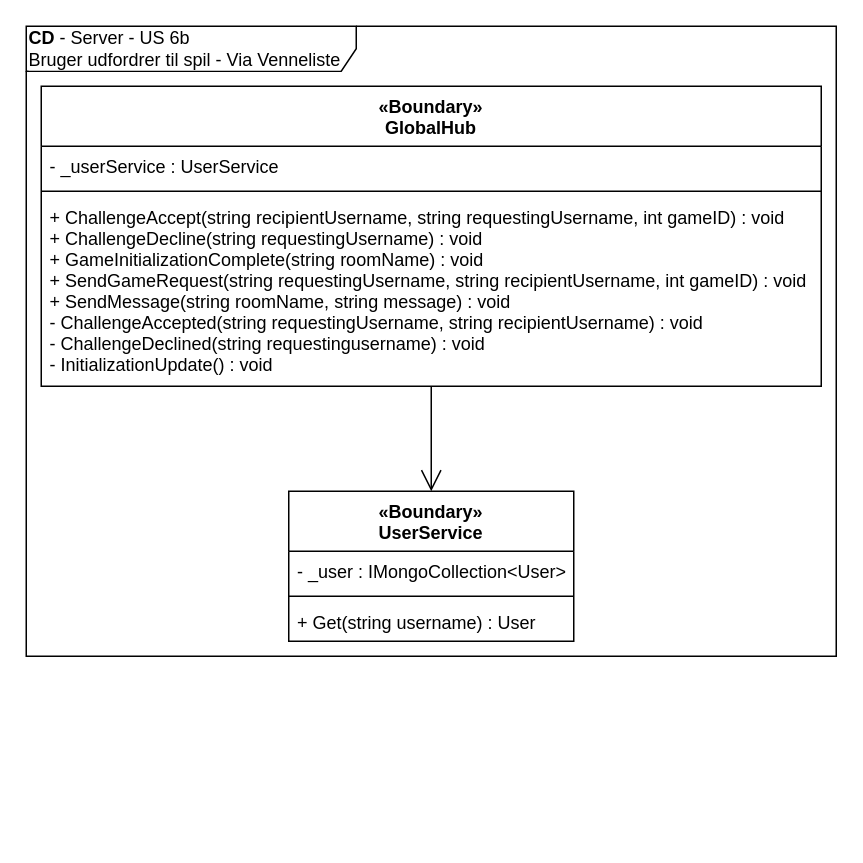
This is page "CD-Server" (3 of 3) of diagrams/arkitektur/US6a_challenge-chat.drawio from Macradon/I7BAC-PlugNPlay, a draw.io file, before an edit. Source tidied: cells renumbered, new cells numbered last; positions are measured from the earlier drawing's top-left corner, leaving out a move shared by most shapes. Both pictures are drawn from the tidied source at 150%, with x=0, y=0 at pixel (26, 26).
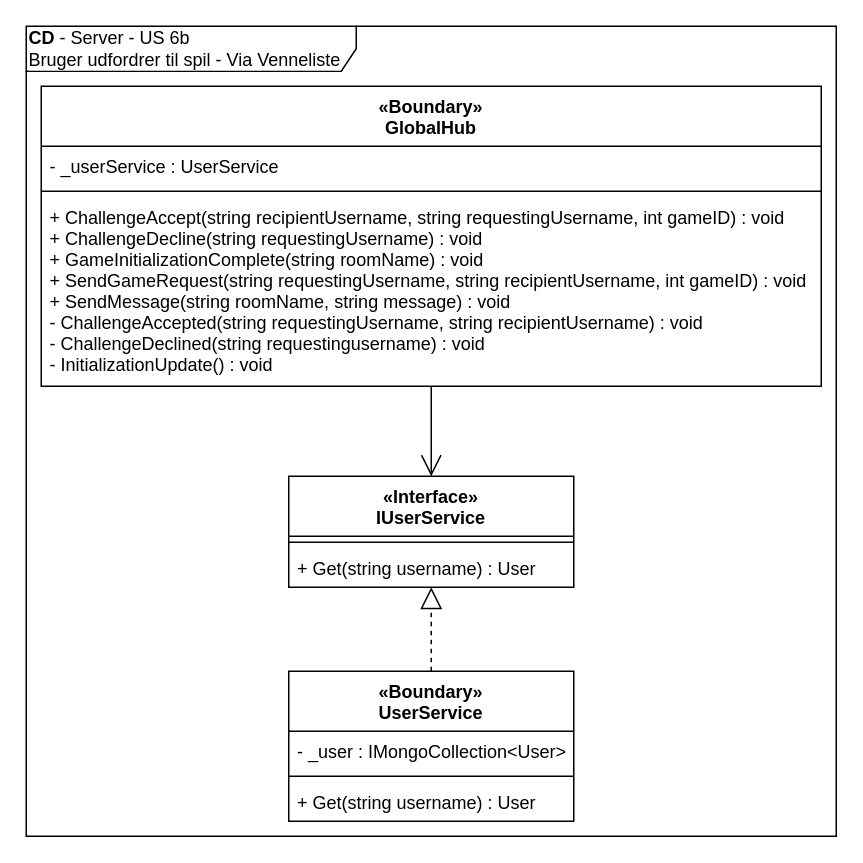
After the change.

What changed in the source:
```diff
@@
 <mxGraphModel>
   <root>
     <mxCell id="0" />
     <mxCell id="1" parent="0" />
     <mxCell id="2" value="&lt;b&gt;CD&lt;/b&gt;&amp;nbsp;- Server&amp;nbsp;- US 6b&lt;br&gt;Bruger udfordrer til spil - Via Venneliste" style="shape=umlFrame;whiteSpace=wrap;html=1;labelBackgroundColor=#ffffff;align=left;width=220;height=30;" parent="1" vertex="1">
-      <mxGeometry width="540" height="420" as="geometry" />
+      <mxGeometry width="540" height="540" as="geometry" />
     </mxCell>
-    <mxCell id="3" style="edgeStyle=orthogonalEdgeStyle;rounded=0;jettySize=auto;html=1;endArrow=open;endFill=0;endSize=12;" parent="1" edge="1" source="4" target="8">
+    <mxCell id="3" style="edgeStyle=orthogonalEdgeStyle;rounded=0;jettySize=auto;html=1;endArrow=open;endFill=0;endSize=12;" parent="1" edge="1" source="4" target="13">
       <mxGeometry relative="1" as="geometry" />
     </mxCell>
     <mxCell id="4" value="«Boundary»&#10;GlobalHub" style="swimlane;fontStyle=1;align=center;verticalAlign=top;horizontal=1;startSize=40;" parent="1" vertex="1">
       <mxGeometry x="10" y="40" width="520" height="200" as="geometry" />
     </mxCell>
     <mxCell id="5" value="- _userService : UserService" style="text;strokeColor=none;fillColor=none;align=left;verticalAlign=top;spacingLeft=4;spacingRight=4;overflow=hidden;" parent="4" vertex="1">
       <mxGeometry y="40" width="520" height="26" as="geometry" />
     </mxCell>
     <mxCell id="6" style="line;strokeWidth=1;fillColor=none;align=left;verticalAlign=middle;spacingTop=-1;spacingLeft=3;spacingRight=3;labelPosition=right;" parent="4" vertex="1">
       <mxGeometry y="66" width="520" height="8" as="geometry" />
     </mxCell>
     <mxCell id="7" value="+ ChallengeAccept(string recipientUsername, string requestingUsername, int gameID) : void&#10;+ ChallengeDecline(string requestingUsername) : void&#10;+ GameInitializationComplete(string roomName) : void&#10;+ SendGameRequest(string requestingUsername, string recipientUsername, int gameID) : void&#10;+ SendMessage(string roomName, string message) : void&#10;- ChallengeAccepted(string requestingUsername, string recipientUsername) : void&#10;- ChallengeDeclined(string requestingusername) : void&#10;- InitializationUpdate() : void" style="text;strokeColor=none;fillColor=none;align=left;verticalAlign=top;spacingLeft=4;spacingRight=4;overflow=hidden;" parent="4" vertex="1">
       <mxGeometry y="74" width="520" height="126" as="geometry" />
     </mxCell>
+    <mxCell id="12" style="edgeStyle=orthogonalEdgeStyle;rounded=0;jettySize=auto;html=1;endArrow=block;endFill=0;endSize=12;dashed=1;" parent="1" edge="1" source="8" target="13">
+      <mxGeometry relative="1" as="geometry" />
+    </mxCell>
     <mxCell id="8" value="«Boundary»&#10;UserService" style="swimlane;fontStyle=1;align=center;verticalAlign=top;horizontal=1;startSize=40;" parent="1" vertex="1">
-      <mxGeometry x="175" y="310" width="190" height="100" as="geometry" />
+      <mxGeometry x="175" y="430" width="190" height="100" as="geometry" />
     </mxCell>
     <mxCell id="9" value="- _user : IMongoCollection&lt;User&gt;" style="text;strokeColor=none;fillColor=none;align=left;verticalAlign=top;spacingLeft=4;spacingRight=4;overflow=hidden;" parent="8" vertex="1">
       <mxGeometry y="40" width="190" height="26" as="geometry" />
     </mxCell>
     <mxCell id="10" style="line;strokeWidth=1;fillColor=none;align=left;verticalAlign=middle;spacingTop=-1;spacingLeft=3;spacingRight=3;labelPosition=right;" parent="8" vertex="1">
       <mxGeometry y="66" width="190" height="8" as="geometry" />
     </mxCell>
     <mxCell id="11" value="+ Get(string username) : User" style="text;strokeColor=none;fillColor=none;align=left;verticalAlign=top;spacingLeft=4;spacingRight=4;overflow=hidden;" parent="8" vertex="1">
       <mxGeometry y="74" width="190" height="26" as="geometry" />
     </mxCell>
+    <mxCell id="13" value="«Interface»&#10;IUserService" style="swimlane;fontStyle=1;align=center;verticalAlign=top;horizontal=1;startSize=40;" parent="1" vertex="1">
+      <mxGeometry x="175" y="300" width="190" height="74" as="geometry" />
+    </mxCell>
+    <mxCell id="14" style="line;strokeWidth=1;fillColor=none;align=left;verticalAlign=middle;spacingTop=-1;spacingLeft=3;spacingRight=3;labelPosition=right;" parent="13" vertex="1">
+      <mxGeometry y="40" width="190" height="8" as="geometry" />
+    </mxCell>
+    <mxCell id="15" value="+ Get(string username) : User" style="text;strokeColor=none;fillColor=none;align=left;verticalAlign=top;spacingLeft=4;spacingRight=4;overflow=hidden;" parent="13" vertex="1">
+      <mxGeometry y="48" width="190" height="26" as="geometry" />
+    </mxCell>
   </root>
 </mxGraphModel>
```
